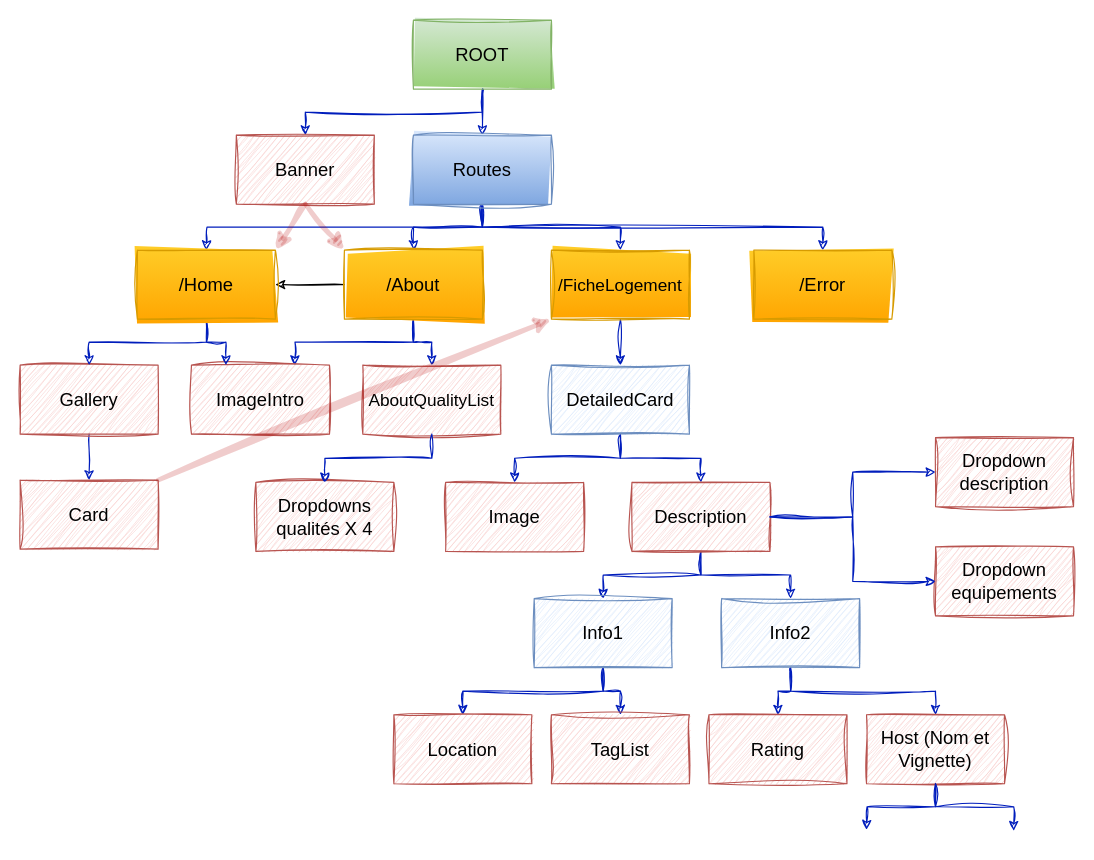
The draw.io diagram kasa.drawio in MisterFoxyDev/kasa, before the edit. Source tidied: cells renumbered, new cells numbered last; positions are measured from the earlier drawing's top-left corner, leaving out a move shared by most shapes. Both pictures are drawn from the tidied source at 115%, with x=0, y=0 at pixel (20, 20).
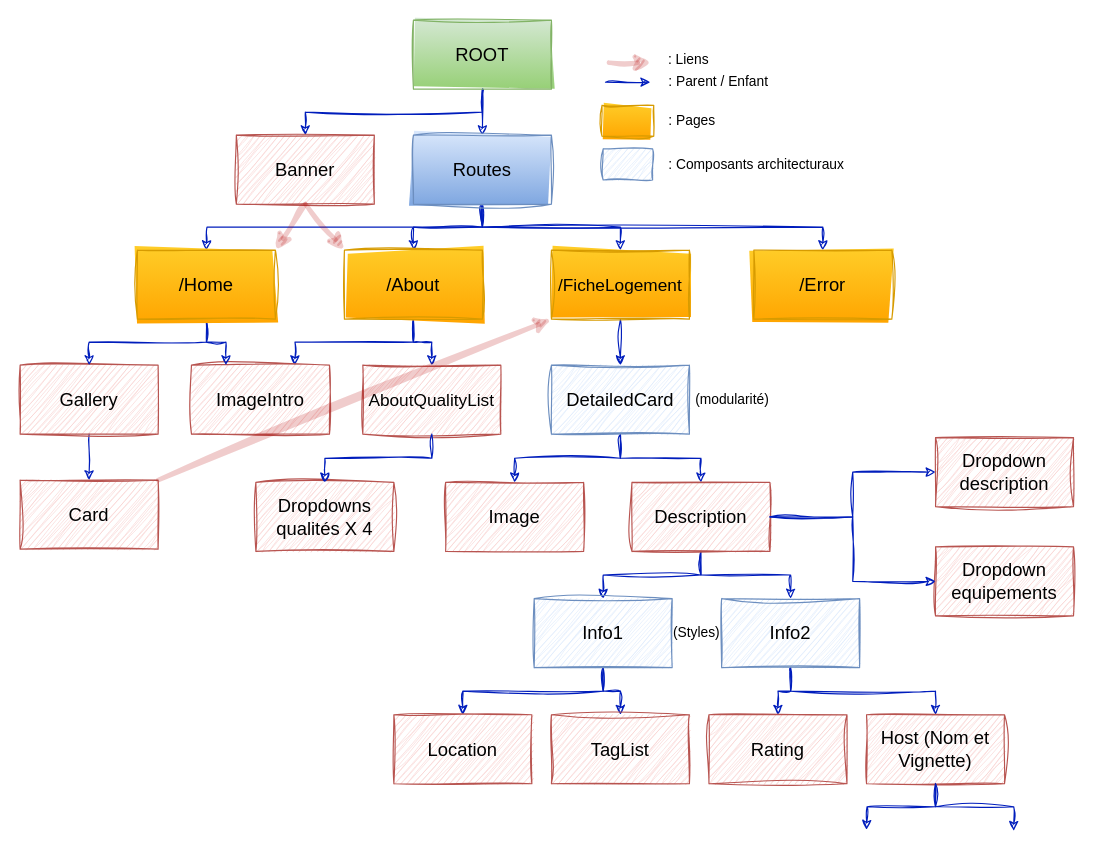
The same diagram, later.

The change refers to these unchanged cells:
```xml
<mxCell id="14" value="&lt;font style=&quot;font-size: 16px;&quot; color=&quot;#000000&quot;&gt;/About&lt;/font&gt;" style="rounded=0;whiteSpace=wrap;html=1;sketch=1;curveFitting=1;jiggle=2;labelBackgroundColor=none;fillColor=#ffcd28;strokeColor=#d79b00;gradientColor=#ffa500;" parent="1" vertex="1">
  <mxGeometry x="282" y="200" width="120" height="60" as="geometry" />
</mxCell>
<mxCell id="41" value="&lt;font style=&quot;font-size: 16px;&quot; color=&quot;#000000&quot;&gt;/Home&lt;/font&gt;" style="rounded=0;whiteSpace=wrap;html=1;sketch=1;curveFitting=1;jiggle=2;labelBackgroundColor=none;fillColor=#ffcd28;strokeColor=#d79b00;gradientColor=#ffa500;" parent="1" vertex="1">
  <mxGeometry x="102" y="200" width="120" height="60" as="geometry" />
</mxCell>
```

The edit, as a diff of the source:
```diff
@@
-    <mxCell id="13" style="edgeStyle=none;sketch=1;hachureGap=4;jiggle=2;curveFitting=1;html=1;fontFamily=Architects Daughter;fontSize=16;" parent="1" edge="1" source="14" target="41">
-      <mxGeometry relative="1" as="geometry" />
-    </mxCell>
@@
+    <mxCell id="54" value="&lt;font color=&quot;#000000&quot;&gt;(modularité)&lt;/font&gt;" style="text;html=1;align=center;verticalAlign=middle;strokeColor=none;fillColor=none;" parent="1" vertex="1">
+      <mxGeometry x="578" y="317" width="82" height="26" as="geometry" />
+    </mxCell>
+    <mxCell id="55" value="&lt;font color=&quot;#000000&quot;&gt;(Styles)&lt;/font&gt;" style="text;html=1;align=center;verticalAlign=middle;strokeColor=none;fillColor=none;" parent="1" vertex="1">
+      <mxGeometry x="558" y="520" width="59" height="26" as="geometry" />
+    </mxCell>
+    <mxCell id="56" style="endArrow=classic;html=1;sketch=1;hachureGap=4;jiggle=2;curveFitting=1;strokeColor=#B20000;fontFamily=Architects Daughter;fontSize=16;fontColor=#000000;exitX=0.5;exitY=1;exitDx=0;exitDy=0;fillColor=#e51400;strokeWidth=4;opacity=20;" parent="1" edge="1">
+      <mxGeometry relative="1" as="geometry">
+        <mxPoint x="512" y="37" as="sourcePoint" />
+        <mxPoint x="549" y="37" as="targetPoint" />
+      </mxGeometry>
+    </mxCell>
+    <mxCell id="57" value=": Liens" style="text;html=1;align=center;verticalAlign=middle;strokeColor=none;fillColor=none;fontColor=#000000;" parent="1" vertex="1">
+      <mxGeometry x="554" y="22" width="53" height="26" as="geometry" />
+    </mxCell>
+    <mxCell id="58" style="rounded=0;whiteSpace=wrap;html=1;sketch=1;curveFitting=1;jiggle=2;labelBackgroundColor=none;fillColor=#ffcd28;strokeColor=#d79b00;gradientColor=#ffa500;" parent="1" vertex="1">
+      <mxGeometry x="506" y="74" width="45" height="27" as="geometry" />
+    </mxCell>
+    <mxCell id="59" value=": Pages" style="text;html=1;align=center;verticalAlign=middle;strokeColor=none;fillColor=none;fontColor=#000000;" parent="1" vertex="1">
+      <mxGeometry x="554" y="74.5" width="59" height="26" as="geometry" />
+    </mxCell>
+    <mxCell id="60" style="edgeStyle=orthogonalEdgeStyle;rounded=0;orthogonalLoop=1;jettySize=auto;html=1;exitX=0.5;exitY=1;exitDx=0;exitDy=0;sketch=1;curveFitting=1;jiggle=2;labelBackgroundColor=none;fontColor=default;fillColor=#0050ef;strokeColor=#001DBC;" parent="1" edge="1">
+      <mxGeometry relative="1" as="geometry">
+        <mxPoint x="509" y="54" as="sourcePoint" />
+        <mxPoint x="548" y="54" as="targetPoint" />
+        <Array as="points">
+          <mxPoint x="545" y="54" />
+          <mxPoint x="545" y="54" />
+        </Array>
+      </mxGeometry>
+    </mxCell>
+    <mxCell id="61" value=": Parent / Enfant" style="text;html=1;align=center;verticalAlign=middle;strokeColor=none;fillColor=none;fontColor=#000000;" parent="1" vertex="1">
+      <mxGeometry x="554" y="41" width="105" height="26" as="geometry" />
+    </mxCell>
+    <mxCell id="62" style="rounded=0;whiteSpace=wrap;html=1;sketch=1;curveFitting=1;jiggle=2;labelBackgroundColor=none;fillColor=#dae8fc;strokeColor=#6c8ebf;" parent="1" vertex="1">
+      <mxGeometry x="507" y="112" width="43" height="27" as="geometry" />
+    </mxCell>
+    <mxCell id="63" value=": Composants architecturaux" style="text;html=1;align=center;verticalAlign=middle;strokeColor=none;fillColor=none;fontColor=#000000;" parent="1" vertex="1">
+      <mxGeometry x="554" y="113" width="171" height="26" as="geometry" />
+    </mxCell>
```
